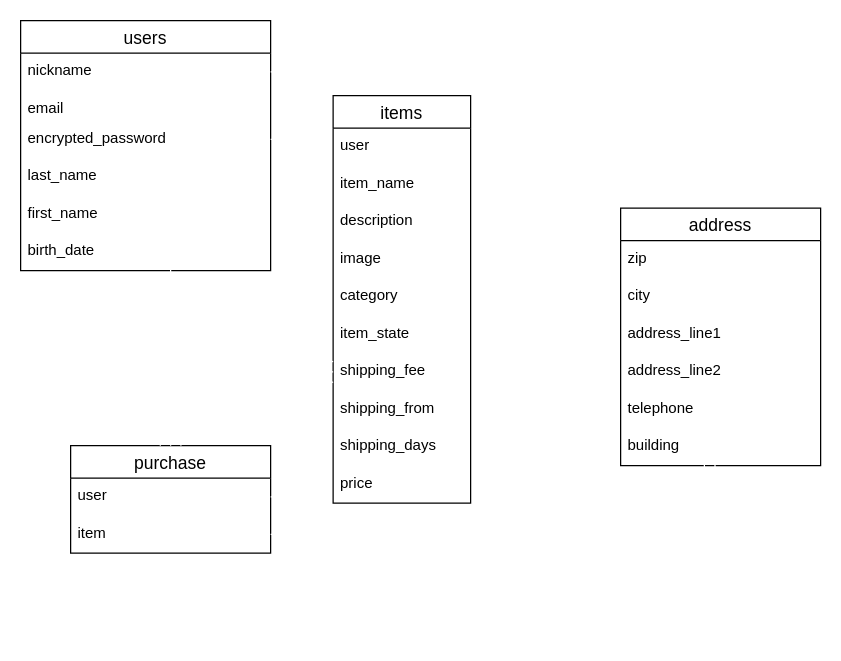
The draw.io diagram DB.dio in pants-mhxx/furima-36422, before the edit. Source tidied: cells renumbered, new cells numbered last; positions are measured from the earlier drawing's top-left corner, leaving out a move shared by most shapes. Both pictures are drawn from the tidied source at 125%, with x=0, y=0 at pixel (20, 20).
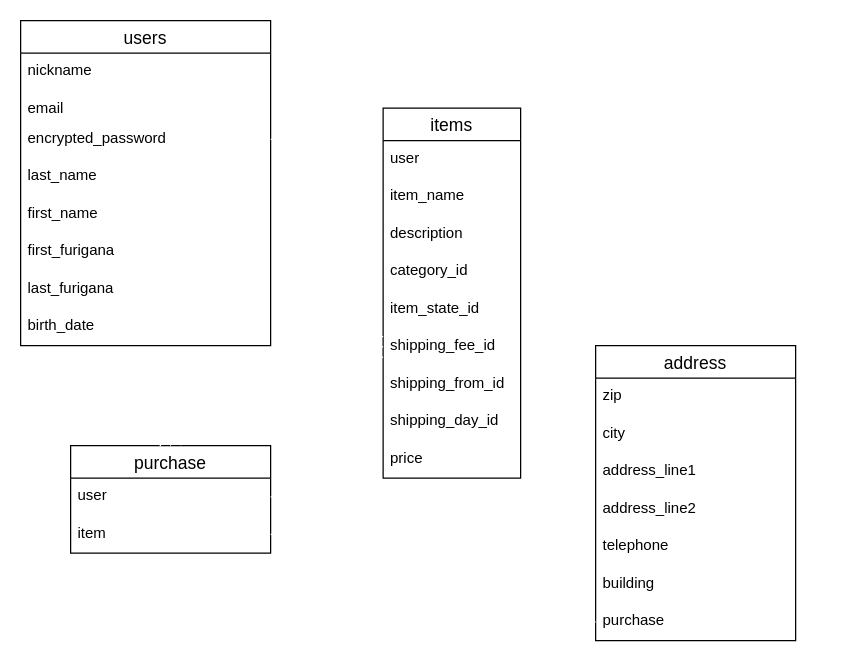
The same page after the edit.

The change refers to these unchanged cells:
```xml
<mxCell id="3" value="nickname" style="text;strokeColor=none;fillColor=none;spacingLeft=4;spacingRight=4;overflow=hidden;points=[[0,0.5],[1,0.5]];portConstraint=eastwest;fontSize=12;" parent="2" vertex="1">
  <mxGeometry y="26" width="200" height="30" as="geometry" />
</mxCell>
<mxCell id="21" value="purchase" style="swimlane;fontStyle=0;horizontal=1;startSize=26;align=center;fontSize=14;" parent="1" vertex="1">
  <mxGeometry x="40" y="340" width="160" height="86" as="geometry" />
</mxCell>
<mxCell id="23" value="item" style="text;strokeColor=none;fillColor=none;spacingLeft=4;spacingRight=4;overflow=hidden;points=[[0,0.5],[1,0.5]];portConstraint=eastwest;fontSize=12;" parent="21" vertex="1">
  <mxGeometry y="56" width="160" height="30" as="geometry" />
</mxCell>
<mxCell id="30" value="building" style="text;strokeColor=none;fillColor=none;spacingLeft=4;spacingRight=4;overflow=hidden;points=[[0,0.5],[1,0.5]];portConstraint=eastwest;fontSize=12;" parent="24" vertex="1">
  <mxGeometry y="176" width="160" height="30" as="geometry" />
</mxCell>
```

Change to the diagram source:
```diff
@@
     <mxCell id="2" value="users" style="swimlane;fontStyle=0;horizontal=1;startSize=26;align=center;fontSize=14;direction=east;" parent="1" vertex="1">
-      <mxGeometry width="200" height="200" as="geometry" />
+      <mxGeometry width="200" height="260" as="geometry" />
     </mxCell>
@@
+    <mxCell id="36" value="first_furigana" style="text;strokeColor=none;fillColor=none;spacingLeft=4;spacingRight=4;overflow=hidden;fontSize=12;" parent="2" vertex="1">
+      <mxGeometry y="170" width="200" height="30" as="geometry" />
+    </mxCell>
+    <mxCell id="37" value="last_furigana" style="text;strokeColor=none;fillColor=none;spacingLeft=4;spacingRight=4;overflow=hidden;fontSize=12;" parent="2" vertex="1">
+      <mxGeometry y="200" width="200" height="30" as="geometry" />
+    </mxCell>
     <mxCell id="8" value="birth_date" style="text;strokeColor=none;fillColor=none;spacingLeft=4;spacingRight=4;overflow=hidden;points=[[0,0.5],[1,0.5]];portConstraint=eastwest;fontSize=12;" parent="2" vertex="1">
-      <mxGeometry y="170" width="200" height="30" as="geometry" />
+      <mxGeometry y="230" width="200" height="30" as="geometry" />
     </mxCell>
     <mxCell id="9" value="items" style="swimlane;fontStyle=0;horizontal=1;startSize=26;align=center;fontSize=14;" parent="1" vertex="1">
-      <mxGeometry x="250" y="60" width="110" height="326" as="geometry" />
+      <mxGeometry x="290" y="70" width="110" height="296" as="geometry" />
     </mxCell>
@@
-    <mxCell id="13" value="image" style="text;strokeColor=none;fillColor=none;spacingLeft=4;spacingRight=4;overflow=hidden;points=[[0,0.5],[1,0.5]];portConstraint=eastwest;fontSize=12;" parent="9" vertex="1">
-      <mxGeometry y="116" width="110" height="30" as="geometry" />
-    </mxCell>
-    <mxCell id="14" value="category" style="text;strokeColor=none;fillColor=none;spacingLeft=4;spacingRight=4;overflow=hidden;fontSize=12;" parent="9" vertex="1">
-      <mxGeometry y="146" width="110" height="30" as="geometry" />
+    <mxCell id="14" value="category_id" style="text;strokeColor=none;fillColor=none;spacingLeft=4;spacingRight=4;overflow=hidden;fontSize=12;" parent="9" vertex="1">
+      <mxGeometry y="116" width="110" height="30" as="geometry" />
     </mxCell>
-    <mxCell id="15" value="item_state" style="text;strokeColor=none;fillColor=none;spacingLeft=4;spacingRight=4;overflow=hidden;fontSize=12;" parent="9" vertex="1">
-      <mxGeometry y="176" width="110" height="30" as="geometry" />
+    <mxCell id="15" value="item_state_id" style="text;strokeColor=none;fillColor=none;spacingLeft=4;spacingRight=4;overflow=hidden;fontSize=12;" parent="9" vertex="1">
+      <mxGeometry y="146" width="110" height="30" as="geometry" />
     </mxCell>
-    <mxCell id="16" value="shipping_fee" style="text;strokeColor=none;fillColor=none;spacingLeft=4;spacingRight=4;overflow=hidden;points=[[0,0.5],[1,0.5]];portConstraint=eastwest;fontSize=12;" parent="9" vertex="1">
-      <mxGeometry y="206" width="110" height="30" as="geometry" />
+    <mxCell id="16" value="shipping_fee_id" style="text;strokeColor=none;fillColor=none;spacingLeft=4;spacingRight=4;overflow=hidden;points=[[0,0.5],[1,0.5]];portConstraint=eastwest;fontSize=12;" parent="9" vertex="1">
+      <mxGeometry y="176" width="110" height="30" as="geometry" />
     </mxCell>
-    <mxCell id="17" value="shipping_from" style="text;strokeColor=none;fillColor=none;spacingLeft=4;spacingRight=4;overflow=hidden;fontSize=12;" parent="9" vertex="1">
-      <mxGeometry y="236" width="110" height="30" as="geometry" />
+    <mxCell id="17" value="shipping_from_id" style="text;strokeColor=none;fillColor=none;spacingLeft=4;spacingRight=4;overflow=hidden;fontSize=12;" parent="9" vertex="1">
+      <mxGeometry y="206" width="110" height="30" as="geometry" />
     </mxCell>
-    <mxCell id="18" value="shipping_days" style="text;strokeColor=none;fillColor=none;spacingLeft=4;spacingRight=4;overflow=hidden;fontSize=12;" parent="9" vertex="1">
-      <mxGeometry y="266" width="110" height="30" as="geometry" />
+    <mxCell id="18" value="shipping_day_id" style="text;strokeColor=none;fillColor=none;spacingLeft=4;spacingRight=4;overflow=hidden;fontSize=12;" parent="9" vertex="1">
+      <mxGeometry y="236" width="110" height="30" as="geometry" />
     </mxCell>
     <mxCell id="19" value="price" style="text;strokeColor=none;fillColor=none;spacingLeft=4;spacingRight=4;overflow=hidden;fontSize=12;" parent="9" vertex="1">
-      <mxGeometry y="296" width="110" height="30" as="geometry" />
+      <mxGeometry y="266" width="110" height="30" as="geometry" />
     </mxCell>
-    <mxCell id="20" style="edgeStyle=orthogonalEdgeStyle;rounded=0;orthogonalLoop=1;jettySize=auto;html=1;exitX=1;exitY=0.5;exitDx=0;exitDy=0;" parent="9" edge="1" source="13" target="13">
-      <mxGeometry relative="1" as="geometry" />
+    <mxCell id="20" style="edgeStyle=orthogonalEdgeStyle;rounded=0;orthogonalLoop=1;jettySize=auto;html=1;exitX=1;exitY=0.5;exitDx=0;exitDy=0;" parent="9" edge="1">
+      <mxGeometry relative="1" as="geometry">
+        <mxPoint x="110" y="131" as="sourcePoint" />
+        <mxPoint x="110" y="131" as="targetPoint" />
+      </mxGeometry>
     </mxCell>
@@
     <mxCell id="24" value="address" style="swimlane;fontStyle=0;horizontal=1;startSize=26;align=center;fontSize=14;" parent="1" vertex="1">
-      <mxGeometry x="480" y="150" width="160" height="206" as="geometry" />
+      <mxGeometry x="460" y="260" width="160" height="236" as="geometry" />
     </mxCell>
@@
-    <mxCell id="31" style="edgeStyle=orthogonalEdgeStyle;fontSize=12;html=1;endArrow=ERmandOne;startArrow=ERmandOne;sourcePerimeterSpacing=21;targetPerimeterSpacing=0;strokeColor=#FFFFFF;exitX=1;exitY=0.5;exitDx=0;exitDy=0;curved=1;endSize=15;startSize=15;" parent="1" edge="1" source="3">
-      <mxGeometry relative="1" as="geometry">
-        <mxPoint x="550" y="145" as="targetPoint" />
-      </mxGeometry>
-    </mxCell>
+    <mxCell id="38" value="purchase" style="text;strokeColor=none;fillColor=none;spacingLeft=4;spacingRight=4;overflow=hidden;points=[[0,0.5],[1,0.5]];portConstraint=eastwest;fontSize=12;" parent="24" vertex="1">
+      <mxGeometry y="206" width="160" height="30" as="geometry" />
+    </mxCell>
-    <mxCell id="32" style="fontSize=12;html=1;endArrow=ERoneToMany;startArrow=ERmandOne;startSize=15;endSize=15;sourcePerimeterSpacing=21;targetPerimeterSpacing=0;strokeColor=#FFFFFF;entryX=0.5;entryY=0;entryDx=0;entryDy=0;" parent="1" edge="1" target="21">
-      <mxGeometry relative="1" as="geometry">
-        <mxPoint x="120" y="155" as="sourcePoint" />
-      </mxGeometry>
+    <mxCell id="32" style="fontSize=12;html=1;endArrow=ERoneToMany;startArrow=ERmandOne;startSize=15;endSize=15;sourcePerimeterSpacing=21;targetPerimeterSpacing=0;strokeColor=#FFFFFF;entryX=0.5;entryY=0;entryDx=0;entryDy=0;exitX=0.58;exitY=1.067;exitDx=0;exitDy=0;exitPerimeter=0;" parent="1" edge="1" source="8" target="21">
+      <mxGeometry relative="1" as="geometry" />
     </mxCell>
@@
-    <mxCell id="35" style="edgeStyle=entityRelationEdgeStyle;fontSize=12;html=1;endArrow=ERmandOne;startArrow=ERmandOne;startSize=15;endSize=15;sourcePerimeterSpacing=21;targetPerimeterSpacing=0;strokeColor=#FFFFFF;exitX=1;exitY=0.5;exitDx=0;exitDy=0;entryX=0.525;entryY=1.167;entryDx=0;entryDy=0;entryPerimeter=0;" parent="1" edge="1" source="23" target="30">
+    <mxCell id="35" style="edgeStyle=entityRelationEdgeStyle;fontSize=12;html=1;endArrow=ERmandOne;startArrow=ERmandOne;startSize=15;endSize=15;sourcePerimeterSpacing=21;targetPerimeterSpacing=0;strokeColor=#FFFFFF;exitX=1;exitY=0.5;exitDx=0;exitDy=0;entryX=0;entryY=0.5;entryDx=0;entryDy=0;" parent="1" edge="1" source="23" target="38">
       <mxGeometry relative="1" as="geometry" />
     </mxCell>
```
